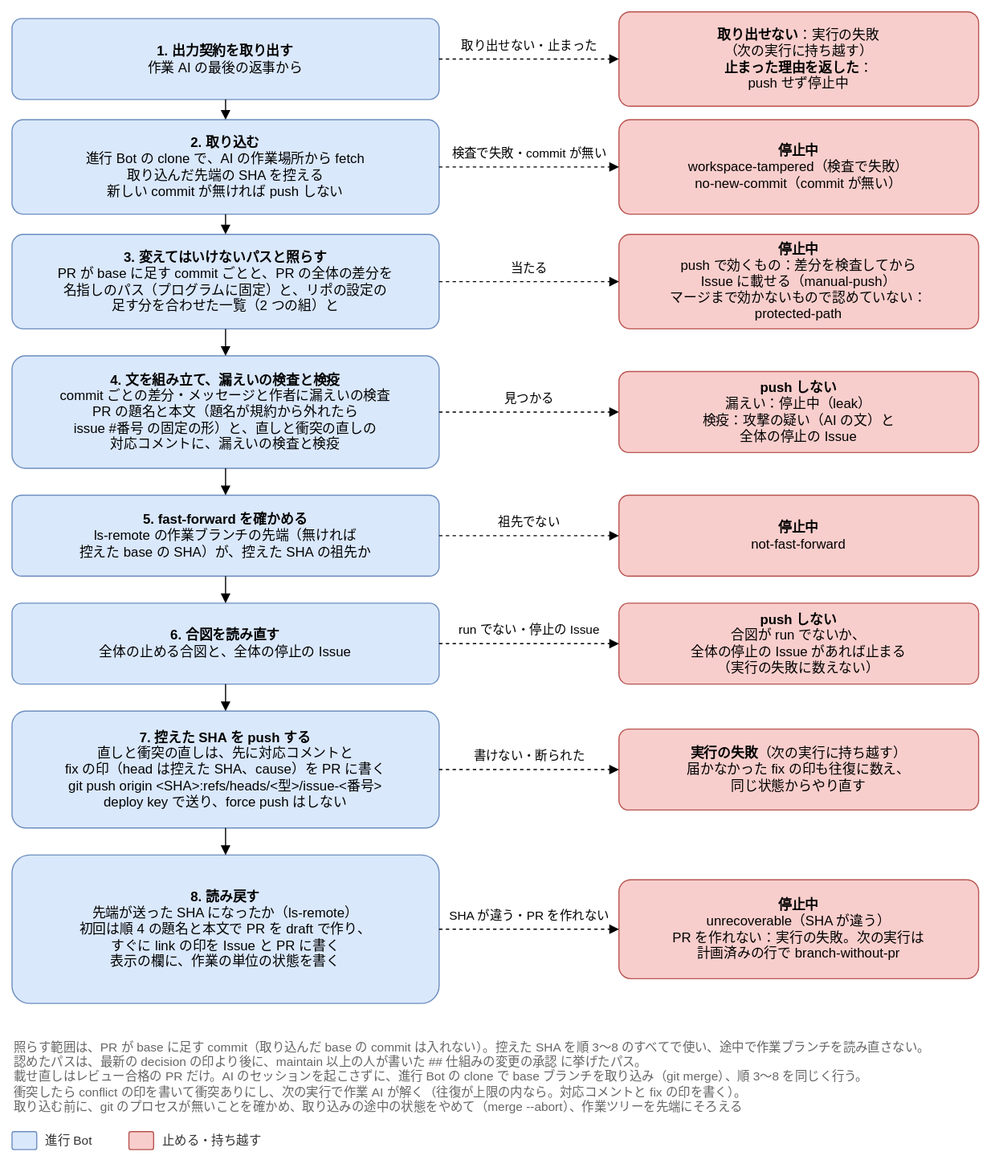
The draw.io diagram docs/design/basic/diagrams/02-push.drawio.svg in Joymerrevent/dev-autopilot, before a commit. Source tidied: cells renumbered, new cells last; positions are measured from the earlier drawing's top-left corner, leaving out a move shared by most shapes.
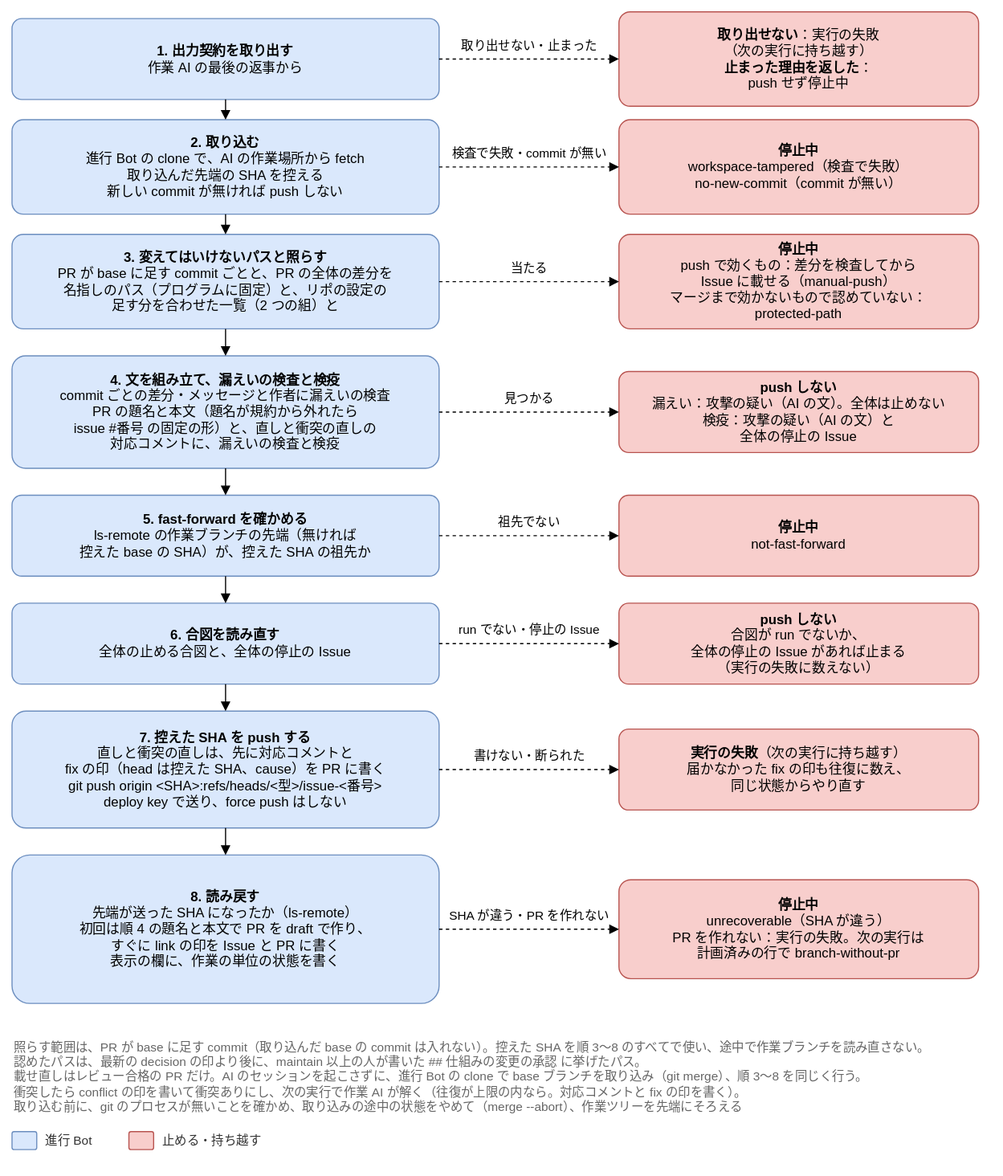
After the commit.

The edit, as a diff of the source:
```diff
@@ -44,7 +44,7 @@
     <mxCell id="13" value="&lt;b&gt;4. 文を組み立て、漏えいの検査と検疫&lt;/b&gt;&lt;br&gt;commit ごとの差分・メッセージと作者に漏えいの検査&lt;br&gt;PR の題名と本文（題名が規約から外れたら&lt;br&gt;issue #番号 の固定の形）と、直しと衝突の直しの&lt;br&gt;対応コメントに、漏えいの検査と検疫" style="rounded=1;whiteSpace=wrap;html=1;fontSize=12;arcSize=12;spacing=12;fillColor=#dae8fc;strokeColor=#6c8ebf;" parent="1" vertex="1">
       <mxGeometry y="306" width="380" height="100" as="geometry" />
     </mxCell>
-    <mxCell id="14" value="&lt;b&gt;push しない&lt;/b&gt;&lt;br&gt;漏えい：停止中（leak）&lt;br&gt;検疫：攻撃の疑い（AI の文）と&lt;br&gt;全体の停止の Issue" style="rounded=1;whiteSpace=wrap;html=1;fontSize=12;arcSize=12;spacing=12;fillColor=#f8cecc;strokeColor=#b85450;" parent="1" vertex="1">
+    <mxCell id="14" value="&lt;b&gt;push しない&lt;/b&gt;&lt;br&gt;漏えい：攻撃の疑い（AI の文）。全体は止めない&lt;br&gt;検疫：攻撃の疑い（AI の文）と&lt;br&gt;全体の停止の Issue" style="rounded=1;whiteSpace=wrap;html=1;fontSize=12;arcSize=12;spacing=12;fillColor=#f8cecc;strokeColor=#b85450;" parent="1" vertex="1">
       <mxGeometry x="540" y="320" width="320" height="72" as="geometry" />
     </mxCell>
     <mxCell id="15" value="見つかる" style="edgeStyle=orthogonalEdgeStyle;rounded=1;html=1;endArrow=block;endFill=1;fontSize=11;labelBackgroundColor=#ffffff;dashed=1;exitX=1;exitY=0.5;exitDx=0;exitDy=0;entryX=0;entryY=0.5;entryDx=0;entryDy=0;" parent="1" edge="1" source="13" target="14">
```
